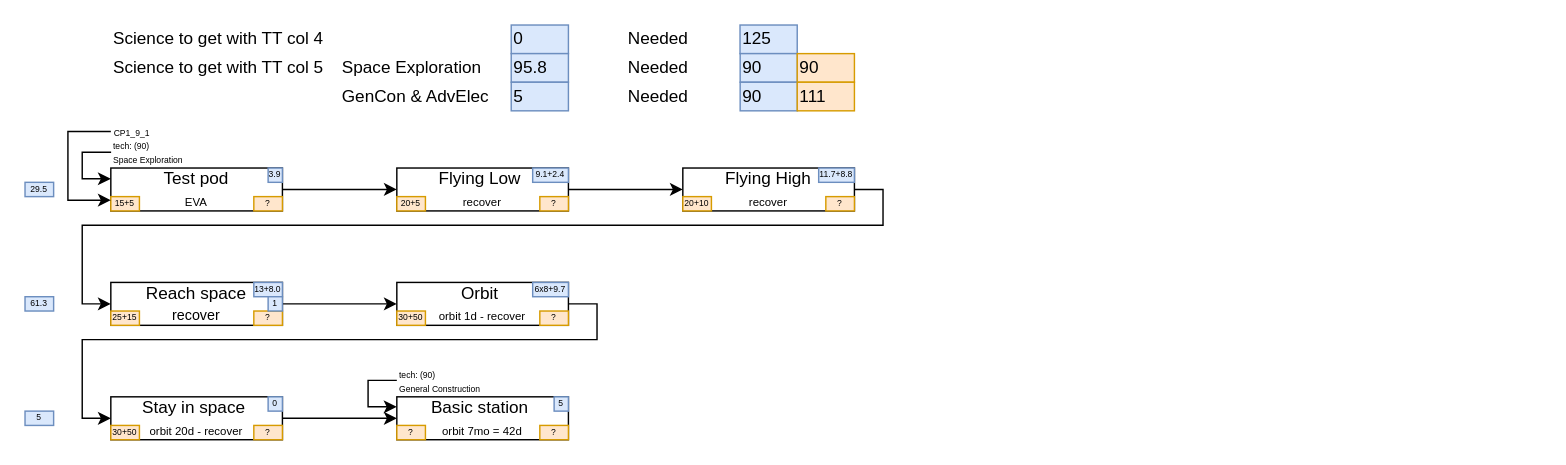
Before: doc/CP3 contracts.drawio in SaphireFalcon/real_career, a draw.io diagram. Source tidied: cells renumbered, new cells numbered last; positions are measured from the earlier drawing's top-left corner, leaving out a move shared by most shapes. Both pictures are drawn from the tidied source at 143%, with x=0, y=0 at pixel (24, 24).
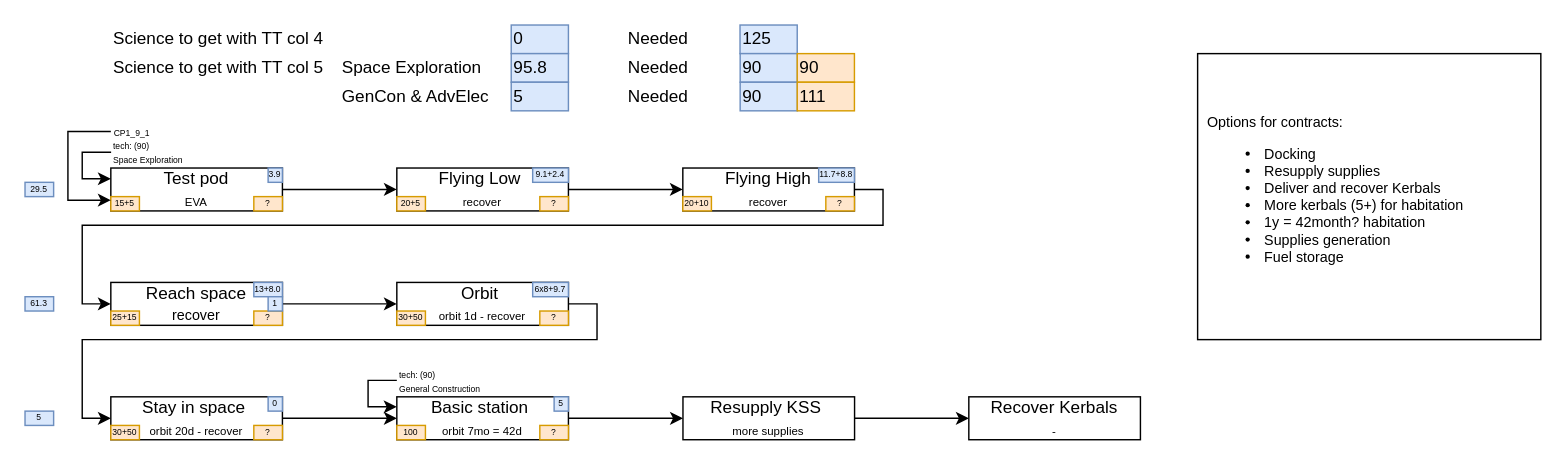
After the change.

The change refers to these unchanged cells:
```xml
<mxCell id="36" value="Basic station&amp;nbsp;&lt;br&gt;&lt;span style=&quot;font-size: 8px&quot;&gt;orbit 7mo = 42d&lt;/span&gt;" style="rounded=0;whiteSpace=wrap;html=1;" parent="1" vertex="1">
  <mxGeometry x="260" y="260" width="120" height="30" as="geometry" />
</mxCell>
```

What changed in the source:
```diff
@@
+    <mxCell id="61" style="edgeStyle=orthogonalEdgeStyle;rounded=0;jettySize=auto;html=1;exitX=1;exitY=0.5;exitDx=0;exitDy=0;entryX=0;entryY=0.5;entryDx=0;entryDy=0;" parent="1" edge="1" source="36" target="63">
+      <mxGeometry relative="1" as="geometry" />
+    </mxCell>
@@
-    <mxCell id="37" value="?" style="text;html=1;strokeColor=#d79b00;fillColor=#ffe6cc;align=center;verticalAlign=middle;whiteSpace=wrap;rounded=0;fontSize=6;" parent="1" vertex="1">
+    <mxCell id="37" value="100" style="text;html=1;strokeColor=#d79b00;fillColor=#ffe6cc;align=center;verticalAlign=middle;whiteSpace=wrap;rounded=0;fontSize=6;" parent="1" vertex="1">
       <mxGeometry x="260" y="280" width="20" height="10" as="geometry" />
     </mxCell>
@@
+    <mxCell id="62" style="edgeStyle=orthogonalEdgeStyle;rounded=0;jettySize=auto;html=1;exitX=1;exitY=0.5;exitDx=0;exitDy=0;" parent="1" edge="1" source="63" target="64">
+      <mxGeometry relative="1" as="geometry" />
+    </mxCell>
+    <mxCell id="63" value="Resupply KSS&amp;nbsp;&lt;br&gt;&lt;span style=&quot;font-size: 8px&quot;&gt;more supplies&lt;/span&gt;" style="rounded=0;whiteSpace=wrap;html=1;" parent="1" vertex="1">
+      <mxGeometry x="460.1" y="260" width="120" height="30" as="geometry" />
+    </mxCell>
+    <mxCell id="64" value="Recover Kerbals&lt;br&gt;&lt;span style=&quot;font-size: 8px&quot;&gt;-&lt;/span&gt;" style="rounded=0;whiteSpace=wrap;html=1;" parent="1" vertex="1">
+      <mxGeometry x="660" y="260" width="120" height="30" as="geometry" />
+    </mxCell>
+    <mxCell id="65" value="&lt;font style=&quot;font-size: 10px&quot;&gt;Options for contracts:&lt;br style=&quot;font-size: 10px&quot;&gt;&lt;/font&gt;&lt;ul style=&quot;font-size: 10px&quot;&gt;&lt;li style=&quot;font-size: 10px&quot;&gt;Docking&lt;/li&gt;&lt;li style=&quot;font-size: 10px&quot;&gt;Resupply supplies&lt;/li&gt;&lt;li style=&quot;font-size: 10px&quot;&gt;Deliver and recover Kerbals&lt;/li&gt;&lt;li style=&quot;font-size: 10px&quot;&gt;More kerbals (5+) for habitation&lt;/li&gt;&lt;li style=&quot;font-size: 10px&quot;&gt;1y = 42month? habitation&lt;/li&gt;&lt;li style=&quot;font-size: 10px&quot;&gt;Supplies generation&lt;/li&gt;&lt;li style=&quot;font-size: 10px&quot;&gt;Fuel storage&lt;/li&gt;&lt;/ul&gt;" style="rounded=0;whiteSpace=wrap;html=1;align=left;fontSize=10;spacingLeft=5;" parent="1" vertex="1">
+      <mxGeometry x="820" y="20" width="240" height="200" as="geometry" />
+    </mxCell>
```
